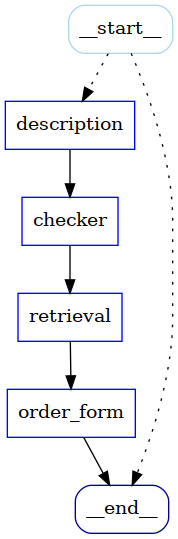
Earlier version of the Graphviz export assets/pizzabot.png (WSE-research/pizzabot). Its source is kept beside it as assets/pizzabot.dot. The source it was exported from:
```dot
digraph G {
  node [shape=rect, color="blue"];

  start[label="__start__", color="lightblue"]
  start -> description [style=dotted]
  start -> end [style=dotted]

  description -> checker
  checker -> retrieval;
  retrieval -> order_form;
  order_form -> end

  start [shape=rect, style=rounded ];
  end [label="__end__", shape=rect, style=rounded, color="darkblue"];
}
```
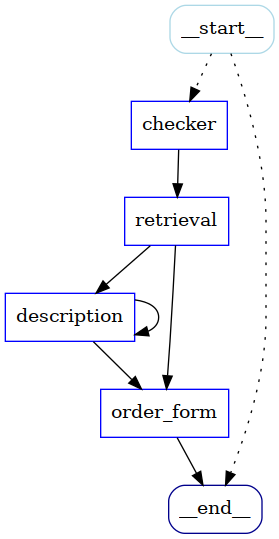
The same file after the commit.

Change to the diagram source:
```diff
@@ -2,11 +2,13 @@
   node [shape=rect, color="blue"];
 
   start[label="__start__", color="lightblue"]
-  start -> description [style=dotted]
+  start -> checker [style=dotted]
   start -> end [style=dotted]
 
-  description -> checker
   checker -> retrieval;
+  retrieval -> description;
+  description -> description;
+  description -> order_form;
   retrieval -> order_form;
   order_form -> end
 
```
